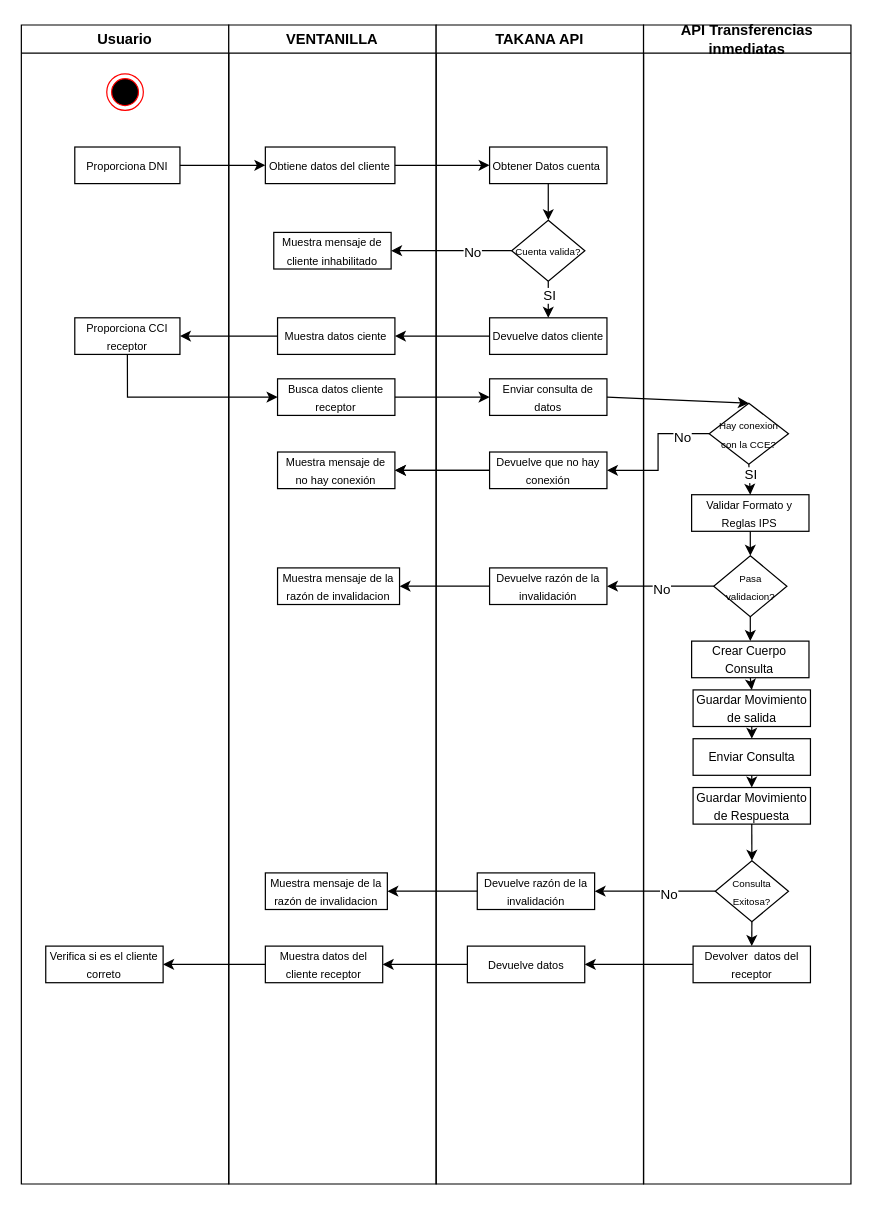
Earlier version of the draw.io diagram page "D. Flujo consulta salida" (9 of 10) of Diagramas.drawio (Richard-MJ/CMACT). Source tidied: cells renumbered, new cells numbered last; positions are measured from the earlier drawing's top-left corner, leaving out a move shared by most shapes. Both pictures are drawn from the tidied source at 122%, with x=0, y=0 at pixel (21, 24).
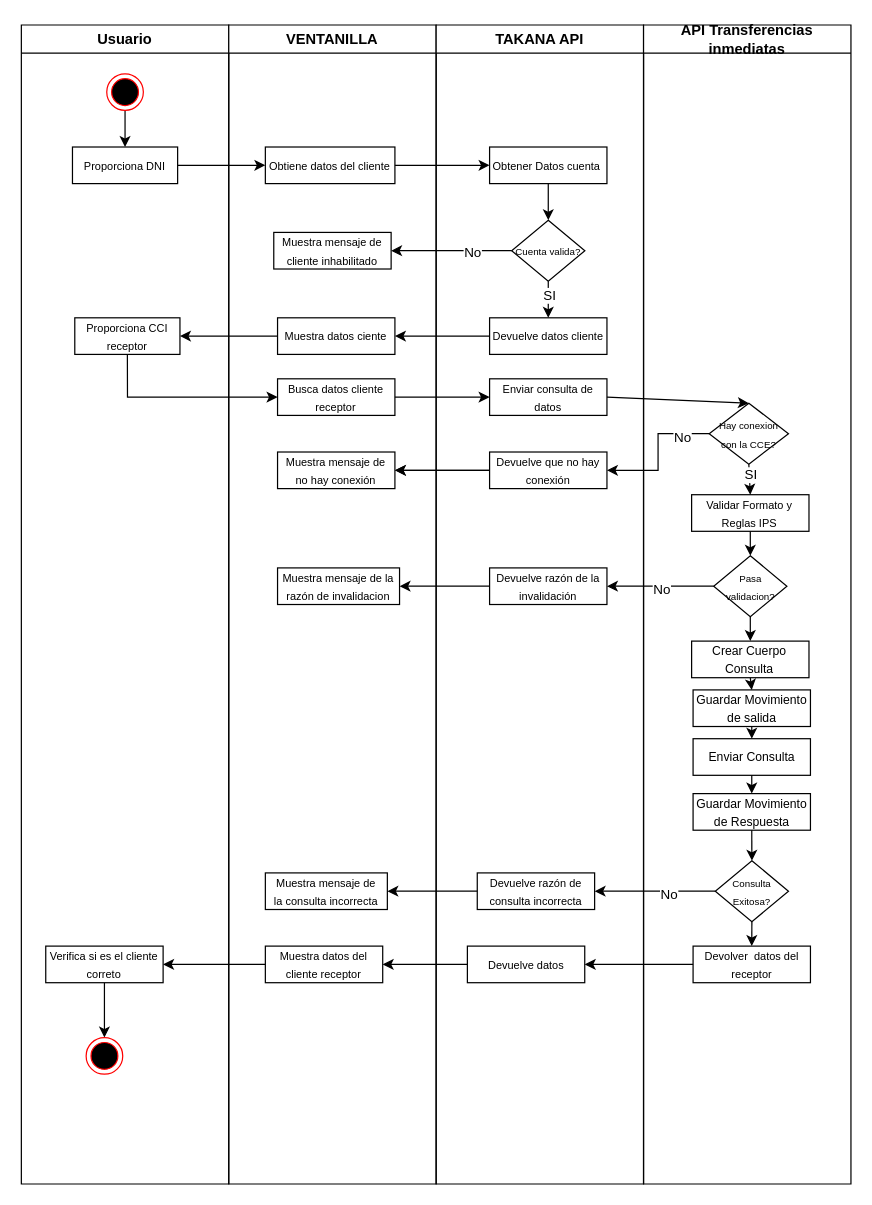
After the change.

The change refers to these unchanged cells:
```xml
<mxCell id="2" value="Usuario" style="swimlane;whiteSpace=wrap;html=1;" parent="1" vertex="1">
  <mxGeometry width="170" height="950" as="geometry" />
</mxCell>
<mxCell id="3" style="ellipse;html=1;shape=endState;fillColor=#000000;strokeColor=#ff0000;" parent="2" vertex="1">
  <mxGeometry x="70" y="40" width="30" height="30" as="geometry" />
</mxCell>
<mxCell id="6" value="&lt;font style=&quot;font-size: 9px;&quot;&gt;Verifica si es el cliente correto&lt;/font&gt;" style="rounded=0;whiteSpace=wrap;html=1;" parent="2" vertex="1">
  <mxGeometry x="20" y="755" width="96.2" height="30" as="geometry" />
</mxCell>
<mxCell id="8" value="&lt;font style=&quot;font-size: 9px;&quot;&gt;Obtiene datos del cliente&lt;/font&gt;" style="rounded=0;whiteSpace=wrap;html=1;" parent="7" vertex="1">
  <mxGeometry x="30" y="100" width="106.2" height="30" as="geometry" />
</mxCell>
<mxCell id="14" value="TAKANA API" style="swimlane;whiteSpace=wrap;html=1;" parent="1" vertex="1">
  <mxGeometry x="340" width="170" height="950" as="geometry" />
</mxCell>
<mxCell id="35" value="API Transferencias inmediatas" style="swimlane;whiteSpace=wrap;html=1;" parent="1" vertex="1">
  <mxGeometry x="510" width="170" height="950" as="geometry" />
</mxCell>
```

The edit, as a diff of the source:
```diff
@@
+    <mxCell id="69" style="edgeStyle=orthogonalEdgeStyle;rounded=0;jettySize=auto;html=1;entryX=0.5;entryY=0;entryDx=0;entryDy=0;" parent="2" edge="1" source="3" target="4">
+      <mxGeometry relative="1" as="geometry" />
+    </mxCell>
@@
     <mxCell id="4" value="&lt;font style=&quot;font-size: 9px;&quot;&gt;Proporciona DNI&lt;/font&gt;" style="rounded=0;whiteSpace=wrap;html=1;" parent="2" vertex="1">
-      <mxGeometry x="43.8" y="100" width="86.2" height="30" as="geometry" />
+      <mxGeometry x="41.9" y="100" width="86.2" height="30" as="geometry" />
     </mxCell>
@@
+    <mxCell id="70" style="edgeStyle=orthogonalEdgeStyle;rounded=0;jettySize=auto;html=1;entryX=0.5;entryY=0;entryDx=0;entryDy=0;" parent="2" edge="1" source="6" target="71">
+      <mxGeometry relative="1" as="geometry" />
+    </mxCell>
@@
+    <mxCell id="71" style="ellipse;html=1;shape=endState;fillColor=#000000;strokeColor=#ff0000;" parent="2" vertex="1">
+      <mxGeometry x="53.1" y="830" width="30" height="30" as="geometry" />
+    </mxCell>
@@
-    <mxCell id="27" value="&lt;font style=&quot;font-size: 9px;&quot;&gt;Muestra mensaje de la razón de invalidacion&lt;/font&gt;" style="rounded=0;whiteSpace=wrap;html=1;" parent="14" vertex="1">
+    <mxCell id="27" value="&lt;font style=&quot;font-size: 9px;&quot;&gt;Muestra mensaje de la&amp;nbsp;&lt;/font&gt;&lt;font style=&quot;font-size: 9px;&quot;&gt;consulta incorrecta&lt;/font&gt;" style="rounded=0;whiteSpace=wrap;html=1;" parent="14" vertex="1">
       <mxGeometry x="-140" y="695" width="100" height="30" as="geometry" />
     </mxCell>
-    <mxCell id="28" value="&lt;font style=&quot;font-size: 9px;&quot;&gt;Devuelve razón de la invalidación&lt;/font&gt;" style="rounded=0;whiteSpace=wrap;html=1;" parent="14" vertex="1">
+    <mxCell id="28" value="&lt;font style=&quot;font-size: 9px;&quot;&gt;Devuelve razón de consulta incorrecta&lt;/font&gt;" style="rounded=0;whiteSpace=wrap;html=1;" parent="14" vertex="1">
       <mxGeometry x="33.7" y="695" width="96.2" height="30" as="geometry" />
     </mxCell>
@@
-    <mxCell id="30" style="endArrow=classic;html=1;rounded=0;exitX=1;exitY=0.5;exitDx=0;exitDy=0;entryX=0;entryY=0.5;entryDx=0;entryDy=0;" parent="1" edge="1" source="4" target="8">
-      <mxGeometry relative="1" as="geometry" />
-    </mxCell>
@@
     <mxCell id="42" value="&lt;font size=&quot;1&quot;&gt;Guardar Movimiento de Respuesta&lt;/font&gt;" style="rounded=0;whiteSpace=wrap;html=1;" parent="35" vertex="1">
-      <mxGeometry x="40.6" y="625" width="96.2" height="30" as="geometry" />
+      <mxGeometry x="40.6" y="630" width="96.2" height="30" as="geometry" />
     </mxCell>
@@
+    <mxCell id="30" style="edgeStyle=orthogonalEdgeStyle;rounded=0;jettySize=auto;html=1;entryX=0;entryY=0.5;entryDx=0;entryDy=0;" parent="1" edge="1" source="4" target="8">
+      <mxGeometry relative="1" as="geometry" />
+    </mxCell>
```
